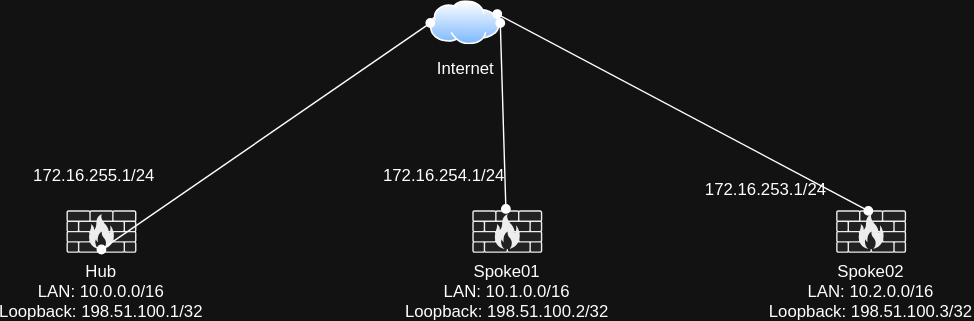
Before: assets/images/advpn_base.svg, a diagram exported from draw.io (vlan101net/vlan101net.github.io). Source tidied: cells renumbered, new cells last; positions are measured from the earlier drawing's top-left corner, leaving out a move shared by most shapes.
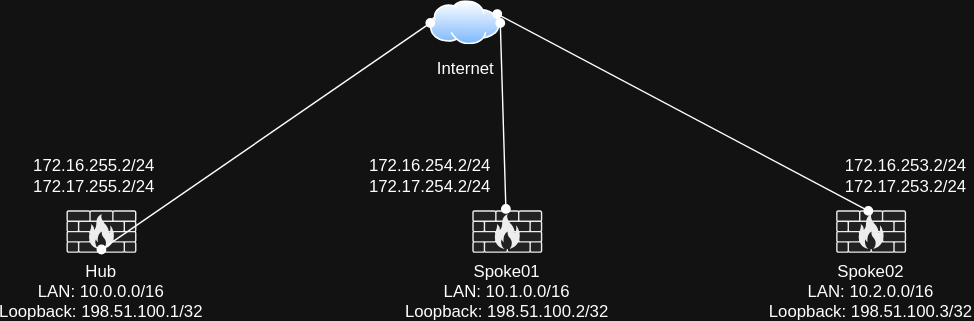
Later version of the same file.

Change to the diagram source:
```diff
@@ -17,17 +17,17 @@
     <mxCell id="6" style="edgeStyle=none;rounded=0;jettySize=auto;html=1;exitX=1;exitY=0.5;exitDx=0;exitDy=0;entryX=0.48;entryY=-0.033;entryDx=0;entryDy=0;entryPerimeter=0;elbow=vertical;startArrow=oval;startFill=1;endArrow=oval;endFill=1;" parent="1" edge="1" source="4" target="3">
       <mxGeometry relative="1" as="geometry" />
     </mxCell>
-    <mxCell id="7" value="172.16.255.1/24" style="text;html=1;whiteSpace=wrap;strokeColor=none;fillColor=none;align=center;verticalAlign=middle;rounded=0;" parent="1" vertex="1">
+    <mxCell id="7" value="172.16.255.2/24&lt;div&gt;172.17.255.2/24&lt;/div&gt;" style="text;html=1;whiteSpace=wrap;strokeColor=none;fillColor=none;align=center;verticalAlign=middle;rounded=0;" parent="1" vertex="1">
       <mxGeometry y="110" width="60" height="30" as="geometry" />
     </mxCell>
-    <mxCell id="8" value="172.16.254.1/24" style="text;html=1;whiteSpace=wrap;strokeColor=none;fillColor=none;align=center;verticalAlign=middle;rounded=0;" parent="1" vertex="1">
-      <mxGeometry x="250" y="110" width="60" height="30" as="geometry" />
+    <mxCell id="8" value="172.16.254.2/24&lt;div&gt;172.17.254.2/24&lt;/div&gt;" style="text;html=1;whiteSpace=wrap;strokeColor=none;fillColor=none;align=center;verticalAlign=middle;rounded=0;" parent="1" vertex="1">
+      <mxGeometry x="240" y="110" width="60" height="30" as="geometry" />
     </mxCell>
     <mxCell id="9" value="Spoke02&#10;LAN: 10.2.0.0/16&#10;Loopback: 198.51.100.3/32" style="shape=mxgraph.networks2.icon;fillColor=#EDEDED;strokeColor=#000000;gradientColor=#5B6163;network2IconShadow=1;network2bgFillColor=none;labelPosition=center;verticalLabelPosition=bottom;align=center;verticalAlign=top;network2Icon=mxgraph.networks2.firewall;network2IconXOffset=0.0001;network2IconYOffset=0.0001;network2IconW=1;network2IconH=0.608;" parent="1" vertex="1">
       <mxGeometry x="560" y="149.6" width="50" height="30.4" as="geometry" />
     </mxCell>
-    <mxCell id="10" value="172.16.253.1/24" style="text;html=1;whiteSpace=wrap;strokeColor=none;fillColor=none;align=center;verticalAlign=middle;rounded=0;" parent="1" vertex="1">
-      <mxGeometry x="480" y="119.6" width="60" height="30" as="geometry" />
+    <mxCell id="10" value="172.16.253.2/24&lt;div&gt;172.17.253.2/24&lt;/div&gt;" style="text;html=1;whiteSpace=wrap;strokeColor=none;fillColor=none;align=center;verticalAlign=middle;rounded=0;" parent="1" vertex="1">
+      <mxGeometry x="580" y="110" width="60" height="30" as="geometry" />
     </mxCell>
     <mxCell id="11" style="edgeStyle=none;rounded=0;jettySize=auto;html=1;exitX=1;exitY=0.25;exitDx=0;exitDy=0;entryX=0.46;entryY=0.013;entryDx=0;entryDy=0;entryPerimeter=0;elbow=vertical;startArrow=oval;startFill=1;endArrow=oval;endFill=1;" parent="1" edge="1" source="4" target="9">
       <mxGeometry relative="1" as="geometry" />
```
